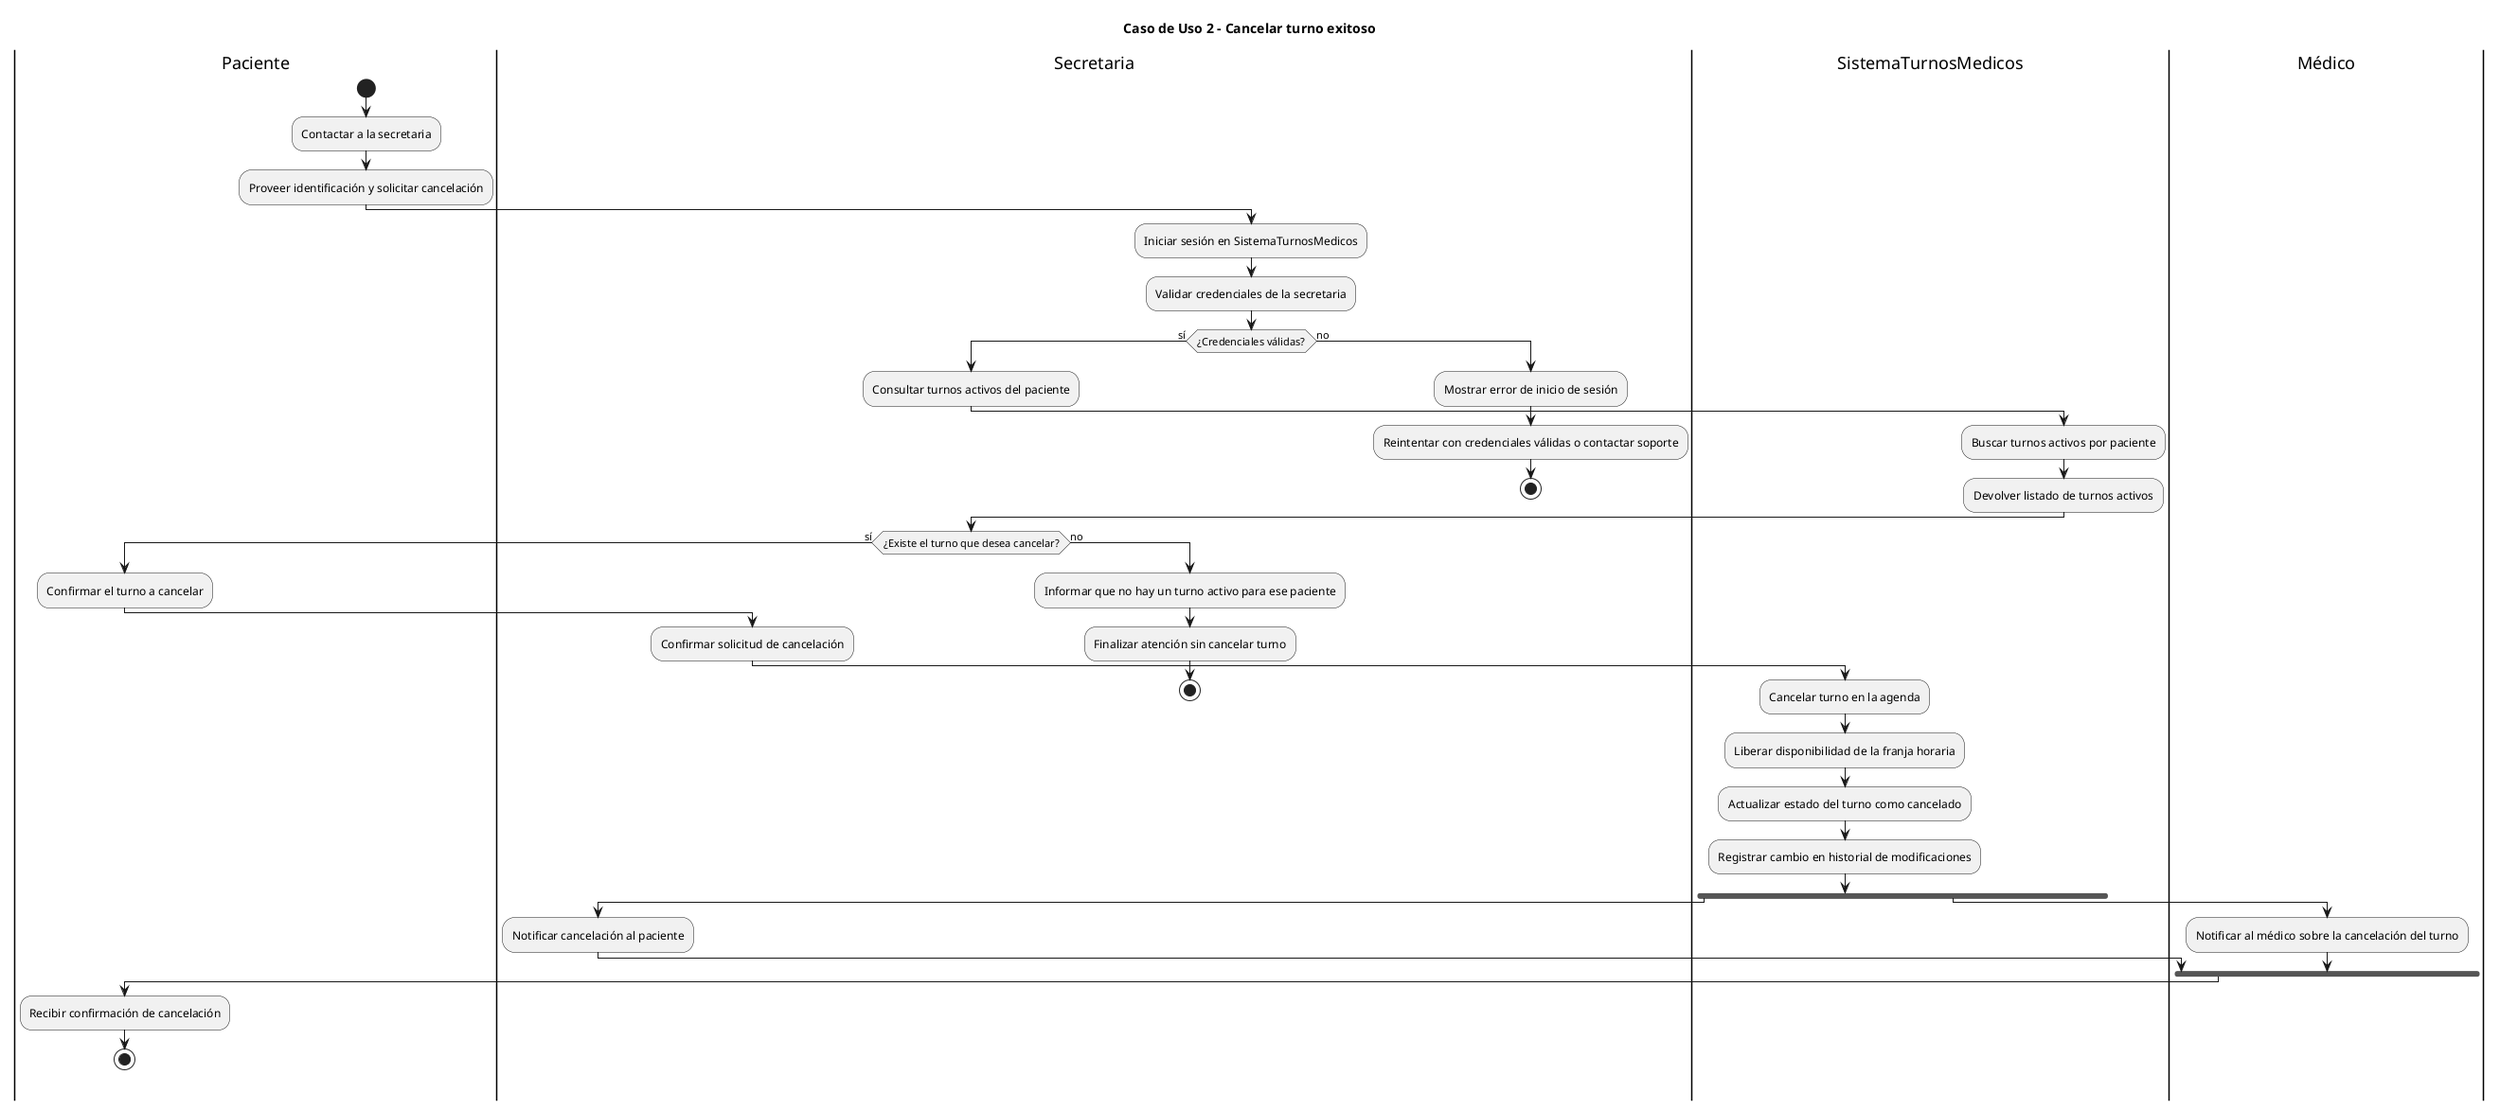
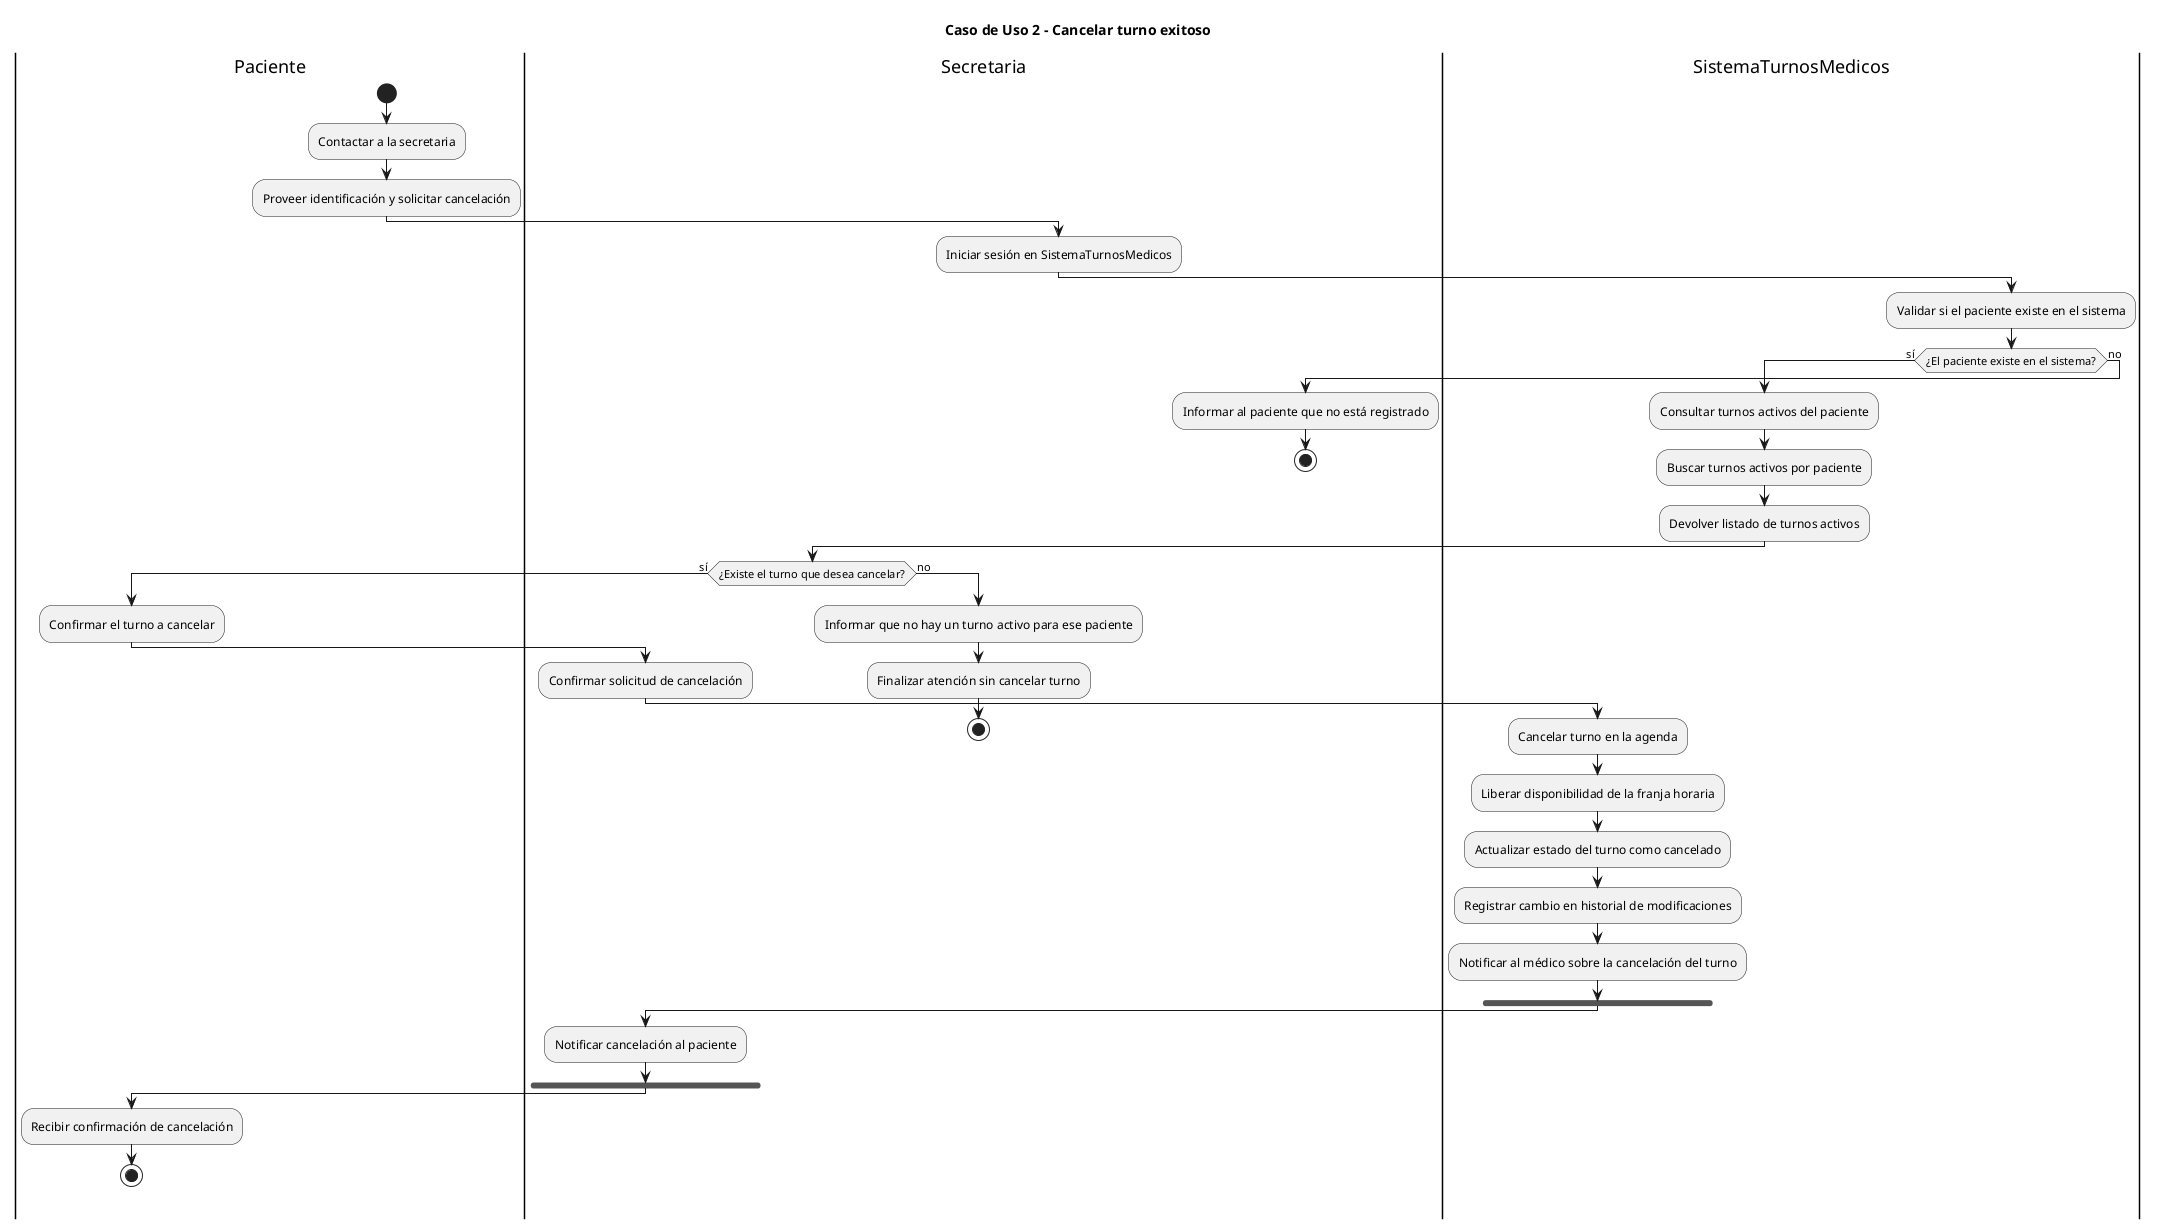
@startuml
title Caso de Uso 2 - Cancelar turno exitoso

|Paciente|
start
:Contactar a la secretaria;
:Proveer identificación y solicitar cancelación;

|Secretaria|
:Iniciar sesión en SistemaTurnosMedicos;
- :Validar credenciales de la secretaria;

- if (¿Credenciales válidas?) then (sí)
+ |SistemaTurnosMedicos|
+ :Validar si el paciente existe en el sistema;
+ 
+ if (¿El paciente existe en el sistema?) then (sí)

  :Consultar turnos activos del paciente;

  |SistemaTurnosMedicos|
  :Buscar turnos activos por paciente;
  :Devolver listado de turnos activos;

  |Secretaria|
  if (¿Existe el turno que desea cancelar?) then (sí)

    |Paciente|
    :Confirmar el turno a cancelar;

    |Secretaria|
    :Confirmar solicitud de cancelación;

    |SistemaTurnosMedicos|
    :Cancelar turno en la agenda;
    :Liberar disponibilidad de la franja horaria;
    :Actualizar estado del turno como cancelado;
    :Registrar cambio en historial de modificaciones;
+     :Notificar al médico sobre la cancelación del turno;

    fork
      |Secretaria|
      :Notificar cancelación al paciente;
-     fork again
-       |Médico|
-       :Notificar al médico sobre la cancelación del turno;
+ 
    end fork

    |Paciente|
    :Recibir confirmación de cancelación;
    stop

  else (no)

    |Secretaria|
    :Informar que no hay un turno activo para ese paciente;
    :Finalizar atención sin cancelar turno;
    stop

  endif

else (no)

  |Secretaria|
-   :Mostrar error de inicio de sesión;
-   :Reintentar con credenciales válidas o contactar soporte;
+   :Informar al paciente que no está registrado;
  stop

endif

@enduml